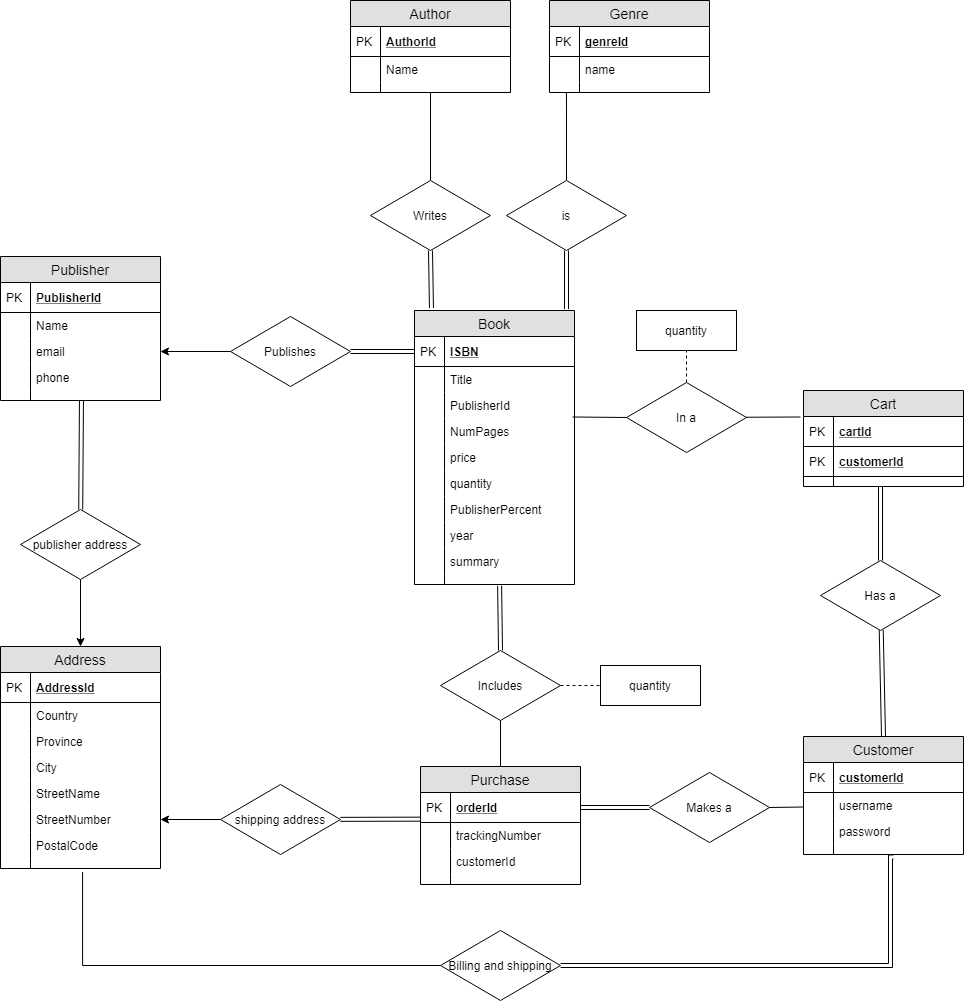
shaejsp/3005Project keeps this draw.io diagram as Diagrams/ER.png. Above is the earlier version. Source tidied: cells renumbered, new cells last; positions are measured from the earlier drawing's top-left corner, leaving out a move shared by most shapes.
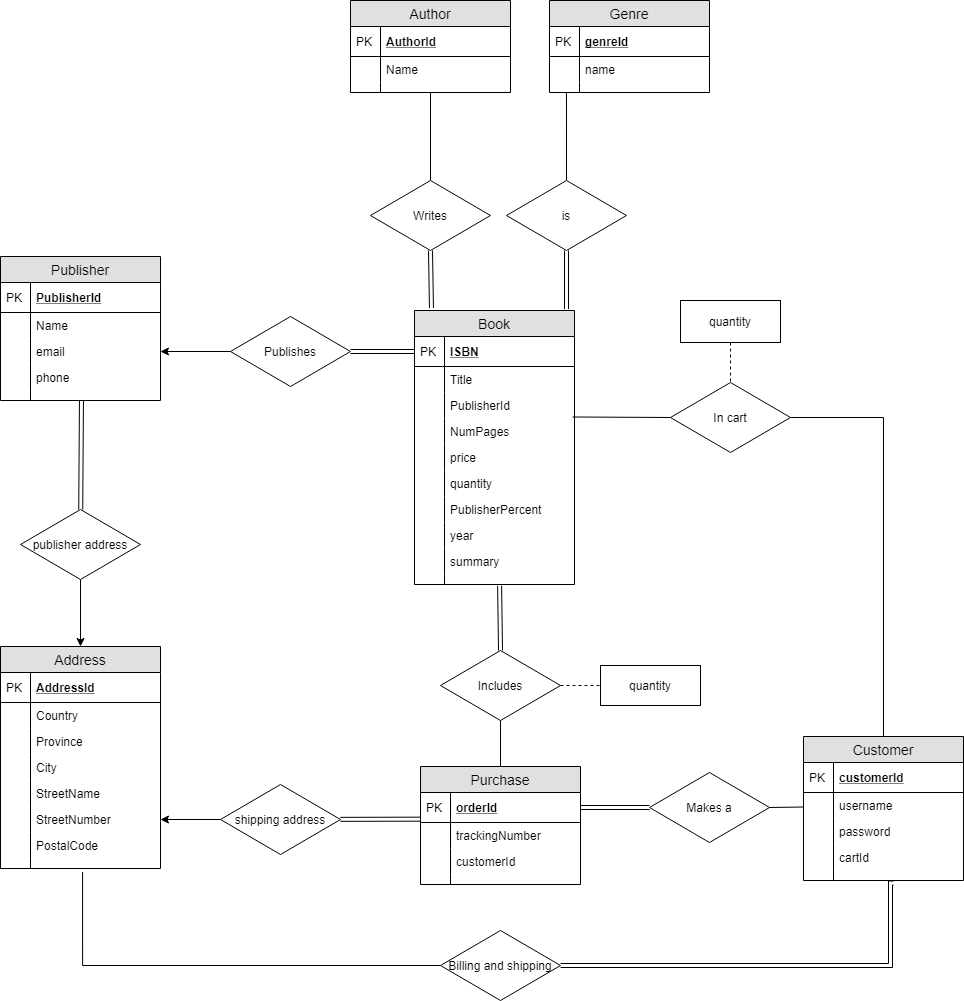
After the change.

Commit message:
added schema diagram, modified er diagram

Diff of the diagram source:
```diff
@@ -294,54 +294,20 @@
     <mxCell id="95" style="shape=partialRectangle;top=0;left=0;bottom=0;fillColor=none;align=left;verticalAlign=top;spacingLeft=4;spacingRight=4;overflow=hidden;fontSize=12;" parent="94" vertex="1">
       <mxGeometry width="30" height="10" as="geometry" />
     </mxCell>
-    <mxCell id="96" style="edgeStyle=none;rounded=0;jettySize=auto;html=1;startArrow=none;startFill=0;endArrow=classic;endFill=1;shape=link;" parent="1" edge="1" source="98">
-      <mxGeometry relative="1" as="geometry">
-        <mxPoint x="880" y="481" as="targetPoint" />
-      </mxGeometry>
-    </mxCell>
-    <mxCell id="97" style="edgeStyle=none;rounded=0;jettySize=auto;html=1;entryX=0.5;entryY=0;entryDx=0;entryDy=0;startArrow=none;startFill=0;endArrow=classic;endFill=1;shape=link;" parent="1" edge="1" source="98" target="114">
-      <mxGeometry relative="1" as="geometry" />
-    </mxCell>
-    <mxCell id="98" value="Has a" style="rhombus;whiteSpace=wrap;html=1;" parent="1" vertex="1">
-      <mxGeometry x="820" y="560" width="120" height="70" as="geometry" />
-    </mxCell>
-    <mxCell id="99" value="Cart" style="swimlane;fontStyle=0;horizontal=1;startSize=26;fillColor=#e0e0e0;swimlaneFillColor=#ffffff;align=center;fontSize=14;" parent="1" vertex="1">
-      <mxGeometry x="803" y="390" width="160" height="96" as="geometry" />
-    </mxCell>
-    <mxCell id="100" value="cartId" style="shape=partialRectangle;top=0;left=0;right=0;bottom=1;align=left;verticalAlign=middle;fillColor=none;spacingLeft=34;spacingRight=4;overflow=hidden;points=[[0,0.5],[1,0.5]];portConstraint=eastwest;fontStyle=5;fontSize=12;" parent="99" vertex="1">
-      <mxGeometry y="26" width="160" height="30" as="geometry" />
-    </mxCell>
-    <mxCell id="101" value="PK" style="shape=partialRectangle;top=0;left=0;bottom=0;fillColor=none;align=left;verticalAlign=middle;spacingLeft=4;spacingRight=4;overflow=hidden;fontSize=12;" parent="100" vertex="1">
-      <mxGeometry width="30" height="30" as="geometry" />
-    </mxCell>
-    <mxCell id="102" value="customerId" style="shape=partialRectangle;top=0;left=0;right=0;bottom=1;align=left;verticalAlign=middle;fillColor=none;spacingLeft=34;spacingRight=4;overflow=hidden;fontStyle=5;fontSize=12;" parent="99" vertex="1">
-      <mxGeometry y="56" width="160" height="30" as="geometry" />
-    </mxCell>
-    <mxCell id="103" value="PK" style="shape=partialRectangle;top=0;left=0;bottom=0;fillColor=none;align=left;verticalAlign=middle;spacingLeft=4;spacingRight=4;overflow=hidden;fontSize=12;" parent="102" vertex="1">
-      <mxGeometry width="30" height="30" as="geometry" />
-    </mxCell>
-    <mxCell id="104" style="shape=partialRectangle;top=0;left=0;right=0;bottom=0;align=left;verticalAlign=top;fillColor=none;spacingLeft=34;spacingRight=4;overflow=hidden;fontSize=12;" parent="99" vertex="1">
-      <mxGeometry y="86" width="160" height="10" as="geometry" />
-    </mxCell>
-    <mxCell id="105" style="shape=partialRectangle;top=0;left=0;bottom=0;fillColor=none;align=left;verticalAlign=top;spacingLeft=4;spacingRight=4;overflow=hidden;fontSize=12;" parent="104" vertex="1">
-      <mxGeometry width="30" height="10" as="geometry" />
-    </mxCell>
-    <mxCell id="106" style="edgeStyle=none;rounded=0;jettySize=auto;html=1;entryX=-0.019;entryY=0.017;entryDx=0;entryDy=0;entryPerimeter=0;startArrow=none;startFill=0;endArrow=none;endFill=0;" parent="1" edge="1" source="109" target="100">
-      <mxGeometry relative="1" as="geometry" />
-    </mxCell>
     <mxCell id="107" style="edgeStyle=none;rounded=0;jettySize=auto;html=1;exitX=0;exitY=0.5;exitDx=0;exitDy=0;entryX=0.988;entryY=-0.058;entryDx=0;entryDy=0;entryPerimeter=0;startArrow=none;startFill=0;endArrow=none;endFill=0;" parent="1" edge="1" source="109" target="36">
       <mxGeometry relative="1" as="geometry" />
     </mxCell>
-    <mxCell id="108" style="edgeStyle=none;rounded=0;jettySize=auto;html=1;exitX=0.5;exitY=0;exitDx=0;exitDy=0;startArrow=none;startFill=0;endArrow=none;endFill=0;dashed=1;" parent="1" edge="1" source="109">
-      <mxGeometry relative="1" as="geometry">
-        <mxPoint x="686" y="320" as="targetPoint" />
-      </mxGeometry>
-    </mxCell>
+    <mxCell id="124" style="edgeStyle=orthogonalEdgeStyle;rounded=0;jettySize=auto;html=1;exitX=1;exitY=0.5;exitDx=0;exitDy=0;entryX=0.5;entryY=0;entryDx=0;entryDy=0;endArrow=none;endFill=0;" parent="1" edge="1" source="109" target="114">
+      <mxGeometry relative="1" as="geometry" />
+    </mxCell>
-    <mxCell id="109" value="In a" style="rhombus;whiteSpace=wrap;html=1;" parent="1" vertex="1">
-      <mxGeometry x="626" y="382" width="120" height="70" as="geometry" />
+    <mxCell id="109" value="In cart" style="rhombus;whiteSpace=wrap;html=1;" parent="1" vertex="1">
+      <mxGeometry x="670" y="382" width="120" height="70" as="geometry" />
     </mxCell>
+    <mxCell id="125" style="edgeStyle=orthogonalEdgeStyle;rounded=0;jettySize=auto;html=1;endArrow=none;endFill=0;dashed=1;" parent="1" edge="1" source="110" target="109">
+      <mxGeometry relative="1" as="geometry" />
+    </mxCell>
     <mxCell id="110" value="quantity" style="whiteSpace=wrap;html=1;align=center;" parent="1" vertex="1">
-      <mxGeometry x="636" y="310" width="100" height="40" as="geometry" />
+      <mxGeometry x="680" y="300" width="100" height="42" as="geometry" />
     </mxCell>
     <mxCell id="111" style="edgeStyle=none;rounded=0;jettySize=auto;html=1;entryX=0.506;entryY=1.05;entryDx=0;entryDy=0;entryPerimeter=0;startArrow=none;startFill=0;endArrow=none;endFill=0;shape=link;" parent="1" edge="1" source="113" target="85">
       <mxGeometry relative="1" as="geometry" />
@@ -353,7 +319,7 @@
       <mxGeometry x="20" y="509" width="120" height="70" as="geometry" />
     </mxCell>
     <mxCell id="114" value="Customer" style="swimlane;fontStyle=0;horizontal=1;startSize=26;fillColor=#e0e0e0;swimlaneFillColor=#ffffff;align=center;fontSize=14;" parent="1" vertex="1">
-      <mxGeometry x="803" y="736" width="160" height="118" as="geometry" />
+      <mxGeometry x="803" y="736" width="160" height="144" as="geometry" />
     </mxCell>
     <mxCell id="115" value="customerId" style="shape=partialRectangle;top=0;left=0;right=0;bottom=1;align=left;verticalAlign=middle;fillColor=none;spacingLeft=34;spacingRight=4;overflow=hidden;fontStyle=5;fontSize=12;" parent="114" vertex="1">
       <mxGeometry y="26" width="160" height="30" as="geometry" />
@@ -373,8 +339,14 @@
     <mxCell id="120" style="shape=partialRectangle;top=0;left=0;bottom=0;fillColor=none;align=left;verticalAlign=top;spacingLeft=4;spacingRight=4;overflow=hidden;fontSize=12;" parent="119" vertex="1">
       <mxGeometry width="30" height="26" as="geometry" />
     </mxCell>
+    <mxCell id="100" value="cartId" style="shape=partialRectangle;top=0;left=0;right=0;bottom=0;align=left;verticalAlign=top;fillColor=none;spacingLeft=34;spacingRight=4;overflow=hidden;points=[[0,0.5],[1,0.5]];portConstraint=eastwest;fontSize=12;" parent="114" vertex="1">
+      <mxGeometry y="108" width="160" height="26" as="geometry" />
+    </mxCell>
+    <mxCell id="126" style="shape=partialRectangle;top=0;left=0;bottom=0;fillColor=none;align=left;verticalAlign=top;spacingLeft=4;spacingRight=4;overflow=hidden;fontSize=12;" parent="100" vertex="1">
+      <mxGeometry width="30" height="26" as="geometry" />
+    </mxCell>
     <mxCell id="121" style="shape=partialRectangle;top=0;left=0;right=0;bottom=0;align=left;verticalAlign=top;fillColor=none;spacingLeft=34;spacingRight=4;overflow=hidden;points=[[0,0.5],[1,0.5]];portConstraint=eastwest;fontSize=12;" parent="114" vertex="1">
-      <mxGeometry y="108" width="160" height="10" as="geometry" />
+      <mxGeometry y="134" width="160" height="10" as="geometry" />
     </mxCell>
     <mxCell id="122" style="shape=partialRectangle;top=0;left=0;bottom=0;fillColor=none;align=left;verticalAlign=top;spacingLeft=4;spacingRight=4;overflow=hidden;fontSize=12;" parent="121" vertex="1">
       <mxGeometry width="30" height="10" as="geometry" />
```
